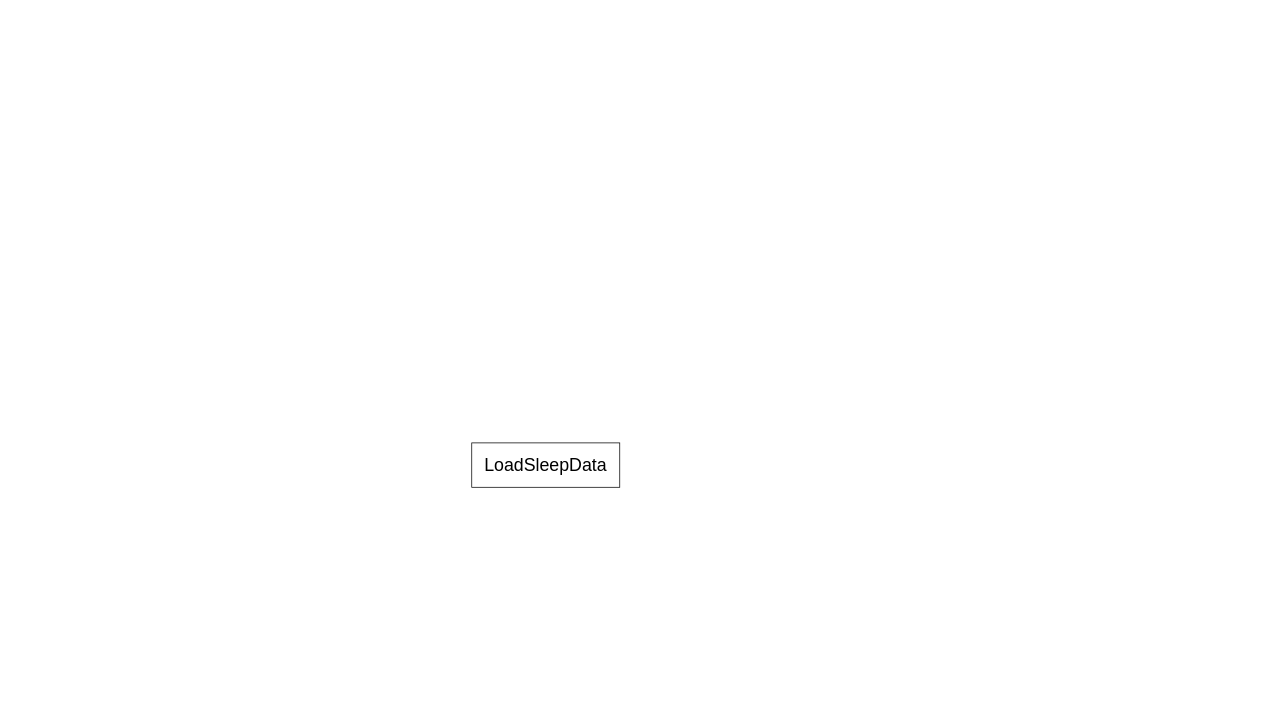
Taiki-jp/sleep_study keeps this draw.io diagram as architecture.dio. Above is the earlier version. Source tidied: cells renumbered, new cells numbered last; positions are measured from the earlier drawing's top-left corner, leaving out a move shared by most shapes. Both pictures are drawn from the tidied source at 74%, with x=0, y=0 at pixel (471, 443).
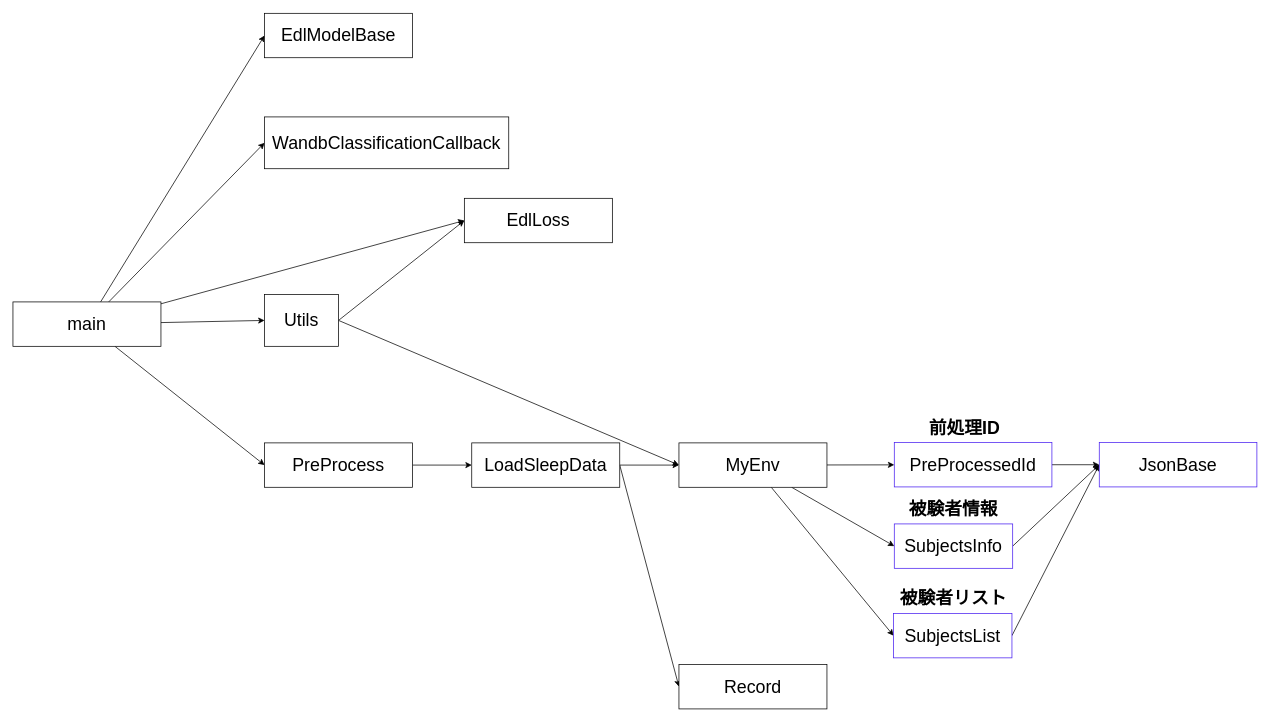
After the change.

Commit message (it also covers changes not shown here):
fix: type arch(ref: architecture.dio)

Unchanged cells that the change refers to:
```xml
<mxCell id="2" value="&lt;font style=&quot;font-size: 24px&quot;&gt;LoadSleepData&lt;/font&gt;" style="whiteSpace=wrap;html=1;" parent="1" vertex="1">
  <mxGeometry width="200" height="60" as="geometry" />
</mxCell>
```

The edit, as a diff of the source:
```diff
@@
+    <mxCell id="3" style="edgeStyle=none;html=1;entryX=0;entryY=0.5;entryDx=0;entryDy=0;" parent="1" edge="1" source="8" target="17">
+      <mxGeometry relative="1" as="geometry" />
+    </mxCell>
+    <mxCell id="4" style="edgeStyle=none;html=1;entryX=0;entryY=0.5;entryDx=0;entryDy=0;" parent="1" edge="1" source="8" target="12">
+      <mxGeometry relative="1" as="geometry" />
+    </mxCell>
+    <mxCell id="5" style="edgeStyle=none;html=1;entryX=0;entryY=0.5;entryDx=0;entryDy=0;" parent="1" edge="1" source="8" target="14">
+      <mxGeometry relative="1" as="geometry" />
+    </mxCell>
+    <mxCell id="6" style="edgeStyle=none;html=1;entryX=0;entryY=0.5;entryDx=0;entryDy=0;" parent="1" edge="1" source="8" target="13">
+      <mxGeometry relative="1" as="geometry" />
+    </mxCell>
+    <mxCell id="7" style="edgeStyle=none;html=1;entryX=0;entryY=0.5;entryDx=0;entryDy=0;" parent="1" edge="1" source="8" target="9">
+      <mxGeometry relative="1" as="geometry" />
+    </mxCell>
+    <mxCell id="8" value="&lt;span style=&quot;font-size: 24px&quot;&gt;main&lt;/span&gt;" style="whiteSpace=wrap;html=1;" parent="1" vertex="1">
+      <mxGeometry x="-620" y="-190.5" width="200" height="60" as="geometry" />
+    </mxCell>
+    <mxCell id="9" value="&lt;font style=&quot;font-size: 24px&quot;&gt;WandbClassificationCallback&lt;/font&gt;" style="whiteSpace=wrap;html=1;" parent="1" vertex="1">
+      <mxGeometry x="-280" y="-440.5" width="330" height="70" as="geometry" />
+    </mxCell>
+    <mxCell id="10" style="edgeStyle=none;html=1;entryX=0;entryY=0.5;entryDx=0;entryDy=0;exitX=1;exitY=0.5;exitDx=0;exitDy=0;" parent="1" edge="1" source="12" target="13">
+      <mxGeometry relative="1" as="geometry" />
+    </mxCell>
+    <mxCell id="11" style="edgeStyle=none;html=1;entryX=0;entryY=0.5;entryDx=0;entryDy=0;exitX=1;exitY=0.5;exitDx=0;exitDy=0;" parent="1" edge="1" source="12" target="23">
+      <mxGeometry relative="1" as="geometry" />
+    </mxCell>
+    <mxCell id="12" value="&lt;font style=&quot;font-size: 24px&quot;&gt;Utils&lt;/font&gt;" style="whiteSpace=wrap;html=1;" parent="1" vertex="1">
+      <mxGeometry x="-280" y="-200.5" width="100" height="70" as="geometry" />
+    </mxCell>
+    <mxCell id="13" value="&lt;font style=&quot;font-size: 24px&quot;&gt;EdlLoss&lt;/font&gt;" style="whiteSpace=wrap;html=1;" parent="1" vertex="1">
+      <mxGeometry x="-10" y="-330.5" width="200" height="60" as="geometry" />
+    </mxCell>
+    <mxCell id="14" value="&lt;font style=&quot;font-size: 24px&quot;&gt;EdlModelBase&lt;/font&gt;" style="whiteSpace=wrap;html=1;" parent="1" vertex="1">
+      <mxGeometry x="-280" y="-580.5" width="200" height="60" as="geometry" />
+    </mxCell>
+    <mxCell id="15" style="edgeStyle=none;html=1;entryX=0;entryY=0.5;entryDx=0;entryDy=0;" parent="1" edge="1" source="17" target="2">
+      <mxGeometry relative="1" as="geometry" />
+    </mxCell>
+    <mxCell id="16" style="edgeStyle=none;html=1;entryX=0;entryY=0.5;entryDx=0;entryDy=0;exitX=1;exitY=0.5;exitDx=0;exitDy=0;" parent="1" edge="1" source="2" target="19">
+      <mxGeometry relative="1" as="geometry" />
+    </mxCell>
+    <mxCell id="17" value="&lt;font style=&quot;font-size: 24px&quot;&gt;PreProcess&lt;/font&gt;" style="whiteSpace=wrap;html=1;" parent="1" vertex="1">
+      <mxGeometry x="-280" width="200" height="60" as="geometry" />
+    </mxCell>
+    <mxCell id="18" style="edgeStyle=none;html=1;" parent="1" edge="1" source="2" target="23">
+      <mxGeometry relative="1" as="geometry" />
+    </mxCell>
@@
+    <mxCell id="19" value="&lt;font style=&quot;font-size: 24px&quot;&gt;Record&lt;/font&gt;" style="whiteSpace=wrap;html=1;" parent="1" vertex="1">
+      <mxGeometry x="280" y="299.5" width="200" height="60" as="geometry" />
+    </mxCell>
+    <mxCell id="20" style="edgeStyle=none;html=1;" parent="1" edge="1" source="23" target="27">
+      <mxGeometry relative="1" as="geometry" />
+    </mxCell>
+    <mxCell id="21" style="edgeStyle=none;html=1;entryX=0;entryY=0.5;entryDx=0;entryDy=0;" parent="1" edge="1" source="23" target="29">
+      <mxGeometry relative="1" as="geometry" />
+    </mxCell>
+    <mxCell id="22" style="edgeStyle=none;html=1;entryX=0;entryY=0.5;entryDx=0;entryDy=0;" parent="1" edge="1" source="23" target="25">
+      <mxGeometry relative="1" as="geometry" />
+    </mxCell>
+    <mxCell id="23" value="&lt;font style=&quot;font-size: 24px&quot;&gt;MyEnv&lt;/font&gt;" style="whiteSpace=wrap;html=1;" parent="1" vertex="1">
+      <mxGeometry x="280" width="200" height="60" as="geometry" />
+    </mxCell>
+    <mxCell id="24" style="edgeStyle=none;html=1;entryX=0;entryY=0.5;entryDx=0;entryDy=0;exitX=1;exitY=0.5;exitDx=0;exitDy=0;" parent="1" edge="1" source="25" target="30">
+      <mxGeometry relative="1" as="geometry" />
+    </mxCell>
+    <mxCell id="25" value="&lt;font style=&quot;font-size: 24px&quot;&gt;SubjectsList&lt;/font&gt;" style="whiteSpace=wrap;html=1;strokeColor=#471DF0;" parent="1" vertex="1">
+      <mxGeometry x="570" y="230.5" width="160" height="60" as="geometry" />
+    </mxCell>
+    <mxCell id="26" style="edgeStyle=none;html=1;entryX=0;entryY=0.5;entryDx=0;entryDy=0;" parent="1" edge="1" source="27" target="30">
+      <mxGeometry relative="1" as="geometry" />
+    </mxCell>
+    <mxCell id="27" value="&lt;font style=&quot;font-size: 24px&quot;&gt;PreProcessedId&lt;/font&gt;" style="whiteSpace=wrap;html=1;strokeColor=#471DF0;" parent="1" vertex="1">
+      <mxGeometry x="571" y="-0.5" width="213" height="60" as="geometry" />
+    </mxCell>
+    <mxCell id="28" style="edgeStyle=none;html=1;entryX=0;entryY=0.5;entryDx=0;entryDy=0;exitX=1;exitY=0.5;exitDx=0;exitDy=0;" parent="1" edge="1" source="29" target="30">
+      <mxGeometry relative="1" as="geometry" />
+    </mxCell>
+    <mxCell id="29" value="&lt;font style=&quot;font-size: 24px&quot;&gt;SubjectsInfo&lt;/font&gt;" style="whiteSpace=wrap;html=1;strokeColor=#471DF0;" parent="1" vertex="1">
+      <mxGeometry x="571" y="109.5" width="160" height="60" as="geometry" />
+    </mxCell>
+    <mxCell id="30" value="&lt;span style=&quot;font-size: 24px&quot;&gt;JsonBase&lt;/span&gt;" style="whiteSpace=wrap;html=1;strokeColor=#471DF0;" parent="1" vertex="1">
+      <mxGeometry x="848" y="-0.5" width="213" height="60" as="geometry" />
+    </mxCell>
+    <mxCell id="31" value="&lt;span style=&quot;font-size: 24px&quot;&gt;前処理ID&lt;/span&gt;" style="text;html=1;strokeColor=none;fillColor=none;align=center;verticalAlign=middle;whiteSpace=wrap;rounded=0;fontStyle=1;shadow=0;" parent="1" vertex="1">
+      <mxGeometry x="601" y="-30.5" width="130" height="20" as="geometry" />
+    </mxCell>
+    <mxCell id="32" value="&lt;span style=&quot;font-size: 24px&quot;&gt;被験者情報&lt;/span&gt;" style="text;html=1;strokeColor=none;fillColor=none;align=center;verticalAlign=middle;whiteSpace=wrap;rounded=0;fontStyle=1;shadow=0;" parent="1" vertex="1">
+      <mxGeometry x="586" y="79.5" width="130" height="20" as="geometry" />
+    </mxCell>
+    <mxCell id="33" value="&lt;span style=&quot;font-size: 24px&quot;&gt;被験者リスト&lt;/span&gt;" style="text;html=1;strokeColor=none;fillColor=none;align=center;verticalAlign=middle;whiteSpace=wrap;rounded=0;fontStyle=1;shadow=0;" parent="1" vertex="1">
+      <mxGeometry x="572" y="199.5" width="158" height="20" as="geometry" />
+    </mxCell>
```
